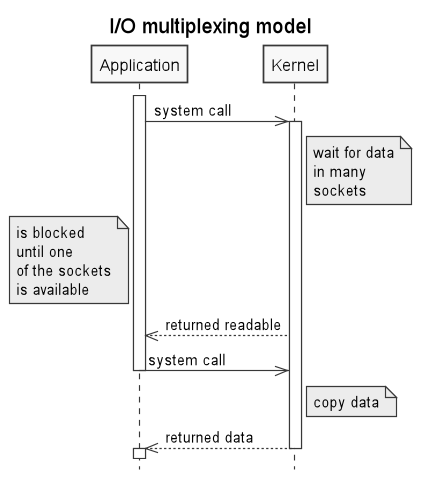
Above: .images/IO_multiplexing_model.png in c0p4c4b4n4/demo-sockets-io-nio-nio2 (PlantUML), before the change. Source of this version:
```plantuml
@startuml
title I/O multiplexing model
hide footbox
skinparam monochrome true
skinparam shadowing false
activate Application
Application->>Kernel: system call
activate Kernel
Note right of Kernel: wait for data\nin many\nsockets
Note left of Application: is blocked\nuntil one\nof the sockets\nis available
Kernel-->>Application: returned readable
Application->>Kernel: system call
deactivate Application
Note right of Kernel: copy data
Kernel-->>Application: returned data
deactivate Kernel
activate Application
@enduml
```
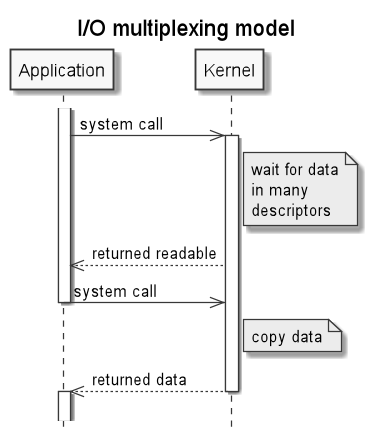
The same diagram one commit later.

What changed in the source:
```diff
@@ -2,12 +2,10 @@
 title I/O multiplexing model
 hide footbox
 skinparam monochrome true
-skinparam shadowing false
 activate Application
 Application->>Kernel: system call
 activate Kernel
-Note right of Kernel: wait for data\nin many\nsockets
-Note left of Application: is blocked\nuntil one\nof the sockets\nis available
+Note right of Kernel: wait for data\nin many\ndescriptors
 Kernel-->>Application: returned readable
 Application->>Kernel: system call
 deactivate Application
@@ -15,4 +13,5 @@
 Kernel-->>Application: returned data
 deactivate Kernel
 activate Application
+||15||
 @enduml
```
